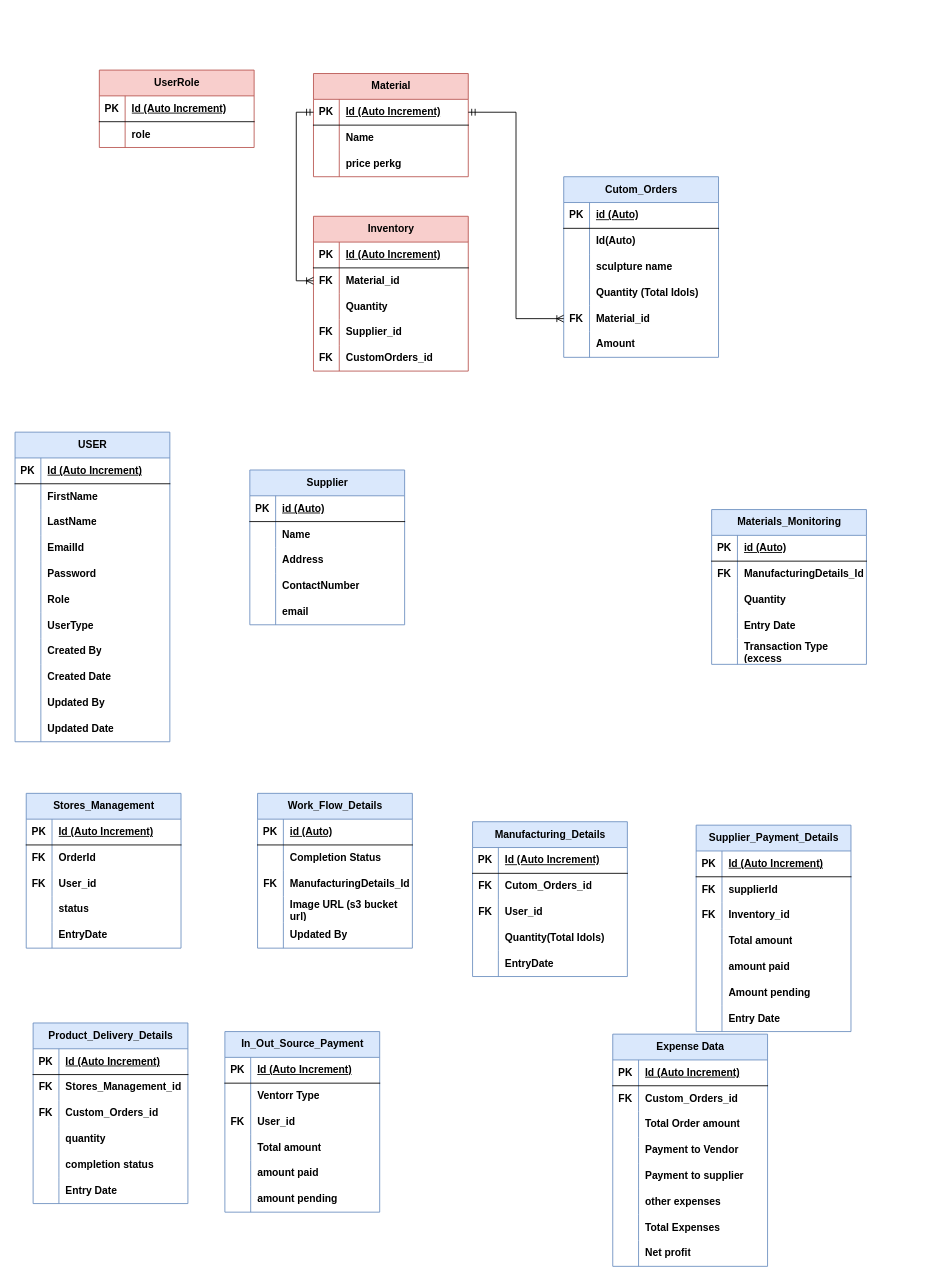
Before: ER.drawio in praka07/trip-bis-aws, a draw.io diagram. Source tidied: cells renumbered, new cells numbered last; positions are measured from the earlier drawing's top-left corner, leaving out a move shared by most shapes. Both pictures are drawn from the tidied source at 86%, with x=0, y=0 at pixel (15, 70).
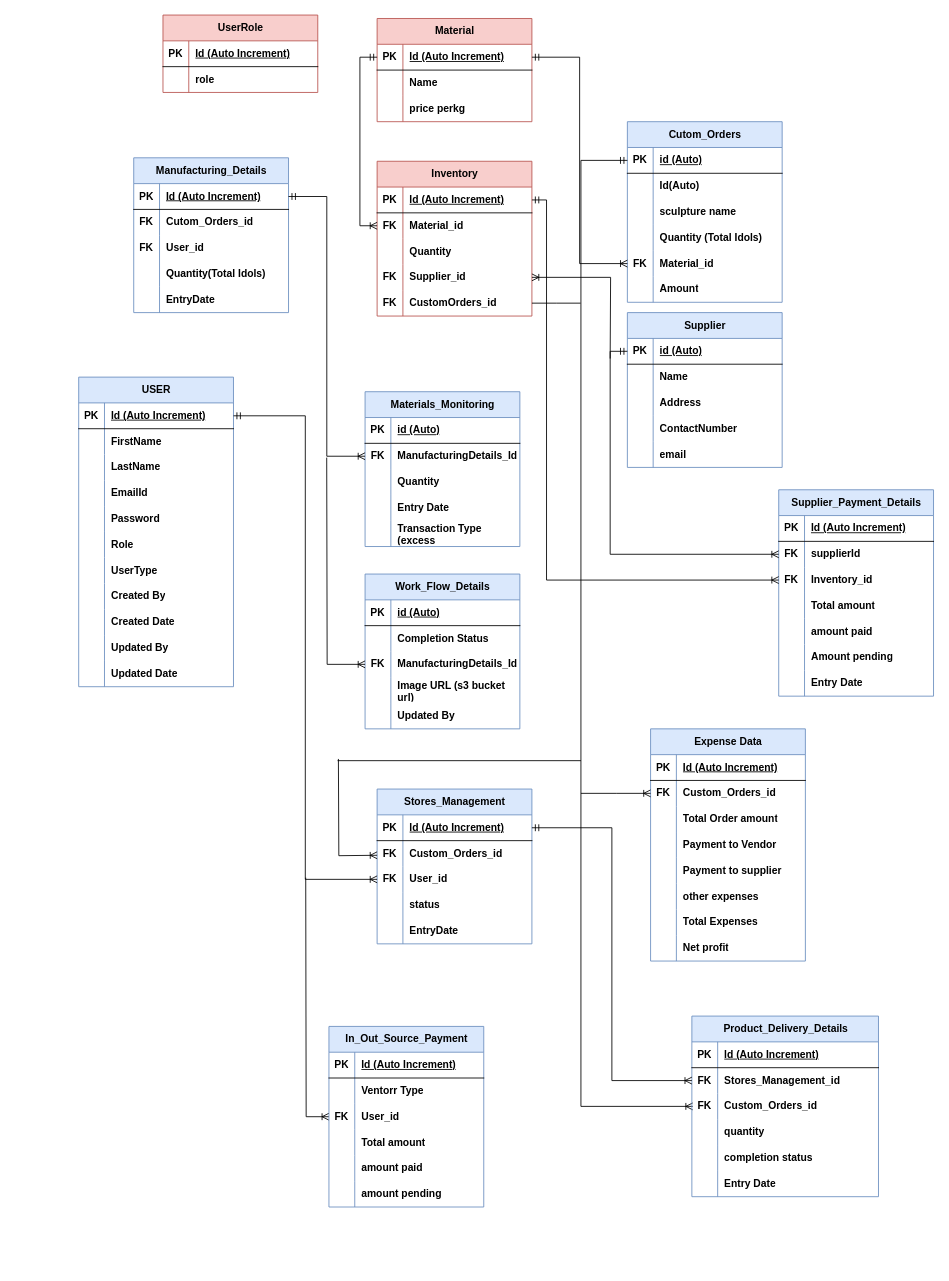
After the change.

Unchanged cells that the change refers to:
```xml
<mxCell id="3" style="shape=tableRow;horizontal=0;startSize=0;swimlaneHead=0;swimlaneBody=0;fillColor=none;points=[[0,0.5],[1,0.5]];portConstraint=eastwest;top=0;left=0;right=0;bottom=1;fontStyle=1;" parent="2" vertex="1">
  <mxGeometry y="30" width="180" height="30" as="geometry" />
</mxCell>
<mxCell id="54" style="shape=tableRow;horizontal=0;startSize=0;swimlaneHead=0;swimlaneBody=0;fillColor=none;points=[[0,0.5],[1,0.5]];portConstraint=eastwest;top=0;left=0;right=0;bottom=1;fontStyle=1;" parent="53" vertex="1">
  <mxGeometry y="30" width="180" height="30" as="geometry" />
</mxCell>
<mxCell id="70" style="shape=tableRow;horizontal=0;startSize=0;swimlaneHead=0;swimlaneBody=0;fillColor=none;points=[[0,0.5],[1,0.5]];portConstraint=eastwest;top=0;left=0;right=0;bottom=1;fontStyle=1;" parent="69" vertex="1">
  <mxGeometry y="30" width="180" height="30" as="geometry" />
</mxCell>
<mxCell id="79" style="shape=tableRow;horizontal=0;startSize=0;swimlaneHead=0;swimlaneBody=0;fillColor=none;points=[[0,0.5],[1,0.5]];portConstraint=eastwest;top=0;left=0;right=0;bottom=0;fontStyle=1;" parent="69" vertex="1">
  <mxGeometry y="120" width="180" height="30" as="geometry" />
</mxCell>
<mxCell id="82" style="shape=tableRow;horizontal=0;startSize=0;swimlaneHead=0;swimlaneBody=0;fillColor=none;points=[[0,0.5],[1,0.5]];portConstraint=eastwest;top=0;left=0;right=0;bottom=0;fontStyle=1;" parent="69" vertex="1">
  <mxGeometry y="150" width="180" height="30" as="geometry" />
</mxCell>
<mxCell id="86" style="shape=tableRow;horizontal=0;startSize=0;swimlaneHead=0;swimlaneBody=0;fillColor=none;points=[[0,0.5],[1,0.5]];portConstraint=eastwest;top=0;left=0;right=0;bottom=1;fontStyle=1;" parent="85" vertex="1">
  <mxGeometry y="30" width="180" height="30" as="geometry" />
</mxCell>
<mxCell id="105" style="shape=tableRow;horizontal=0;startSize=0;swimlaneHead=0;swimlaneBody=0;fillColor=none;points=[[0,0.5],[1,0.5]];portConstraint=eastwest;top=0;left=0;right=0;bottom=1;fontStyle=1;" parent="104" vertex="1">
  <mxGeometry y="30" width="180" height="30" as="geometry" />
</mxCell>
<mxCell id="127" style="shape=tableRow;horizontal=0;startSize=0;swimlaneHead=0;swimlaneBody=0;fillColor=none;points=[[0,0.5],[1,0.5]];portConstraint=eastwest;top=0;left=0;right=0;bottom=0;fontStyle=1;" parent="120" vertex="1">
  <mxGeometry y="90" width="180" height="30" as="geometry" />
</mxCell>
<mxCell id="140" style="shape=tableRow;horizontal=0;startSize=0;swimlaneHead=0;swimlaneBody=0;fillColor=none;points=[[0,0.5],[1,0.5]];portConstraint=eastwest;top=0;left=0;right=0;bottom=0;fontStyle=1;" parent="136" vertex="1">
  <mxGeometry y="60" width="180" height="30" as="geometry" />
</mxCell>
<mxCell id="153" style="shape=tableRow;horizontal=0;startSize=0;swimlaneHead=0;swimlaneBody=0;fillColor=none;points=[[0,0.5],[1,0.5]];portConstraint=eastwest;top=0;left=0;right=0;bottom=1;fontStyle=1;" parent="152" vertex="1">
  <mxGeometry y="30" width="180" height="30" as="geometry" />
</mxCell>
<mxCell id="156" style="shape=tableRow;horizontal=0;startSize=0;swimlaneHead=0;swimlaneBody=0;fillColor=none;top=0;left=0;right=0;bottom=0;fontStyle=1;" parent="152" vertex="1">
  <mxGeometry y="60" width="180" height="30" as="geometry" />
</mxCell>
<mxCell id="159" style="shape=tableRow;horizontal=0;startSize=0;swimlaneHead=0;swimlaneBody=0;fillColor=none;points=[[0,0.5],[1,0.5]];portConstraint=eastwest;top=0;left=0;right=0;bottom=0;fontStyle=1;" parent="152" vertex="1">
  <mxGeometry y="90" width="180" height="30" as="geometry" />
</mxCell>
<mxCell id="191" style="shape=tableRow;horizontal=0;startSize=0;swimlaneHead=0;swimlaneBody=0;fillColor=none;points=[[0,0.5],[1,0.5]];portConstraint=eastwest;top=0;left=0;right=0;bottom=0;fontStyle=1;" parent="187" vertex="1">
  <mxGeometry y="60" width="180" height="30" as="geometry" />
</mxCell>
<mxCell id="194" style="shape=tableRow;horizontal=0;startSize=0;swimlaneHead=0;swimlaneBody=0;fillColor=none;points=[[0,0.5],[1,0.5]];portConstraint=eastwest;top=0;left=0;right=0;bottom=0;fontStyle=1;" parent="187" vertex="1">
  <mxGeometry y="90" width="180" height="30" as="geometry" />
</mxCell>
<mxCell id="232" style="shape=tableRow;horizontal=0;startSize=0;swimlaneHead=0;swimlaneBody=0;fillColor=none;points=[[0,0.5],[1,0.5]];portConstraint=eastwest;top=0;left=0;right=0;bottom=0;fontStyle=1;" parent="228" vertex="1">
  <mxGeometry y="60" width="180" height="30" as="geometry" />
</mxCell>
```

The edit, as a diff of the source:
```diff
@@
     <mxCell id="2" value="USER" style="shape=table;startSize=30;childLayout=tableLayout;rowLines=0;fontStyle=1;align=center;html=1;fillColor=#dae8fc;strokeColor=#6c8ebf;" parent="1" vertex="1">
-      <mxGeometry y="421" width="180" height="360" as="geometry" />
+      <mxGeometry x="74" y="357" width="180" height="360" as="geometry" />
     </mxCell>
@@
     <mxCell id="36" value="UserRole" style="shape=table;startSize=30;childLayout=tableLayout;rowLines=0;fontStyle=1;align=center;html=1;fillColor=#f8cecc;strokeColor=#b85450;" parent="1" vertex="1">
-      <mxGeometry x="98" width="180" height="90" as="geometry" />
+      <mxGeometry x="172" y="-64" width="180" height="90" as="geometry" />
     </mxCell>
@@
     <mxCell id="43" value="Material" style="shape=table;startSize=30;childLayout=tableLayout;rowLines=0;fontStyle=1;align=center;html=1;fillColor=#f8cecc;strokeColor=#b85450;" parent="1" vertex="1">
-      <mxGeometry x="347" y="4" width="180" height="120" as="geometry" />
+      <mxGeometry x="421" y="-60" width="180" height="120" as="geometry" />
     </mxCell>
@@
     <mxCell id="53" value="Supplier" style="shape=table;startSize=30;childLayout=tableLayout;rowLines=0;fontStyle=1;align=center;html=1;fillColor=#dae8fc;strokeColor=#6c8ebf;" parent="1" vertex="1">
-      <mxGeometry x="273" y="465" width="180" height="180" as="geometry" />
+      <mxGeometry x="712" y="282" width="180" height="180" as="geometry" />
     </mxCell>
@@
     <mxCell id="69" value="Inventory" style="shape=table;startSize=30;childLayout=tableLayout;rowLines=0;fontStyle=1;align=center;html=1;fillColor=#f8cecc;strokeColor=#b85450;" parent="1" vertex="1">
-      <mxGeometry x="347" y="170" width="180" height="180" as="geometry" />
+      <mxGeometry x="421" y="106" width="180" height="180" as="geometry" />
     </mxCell>
@@
     <mxCell id="85" value="Cutom_Orders" style="shape=table;startSize=30;childLayout=tableLayout;rowLines=0;fontStyle=1;align=center;html=1;fillColor=#dae8fc;strokeColor=#6c8ebf;" parent="1" vertex="1">
-      <mxGeometry x="638" y="124" width="180" height="210" as="geometry" />
+      <mxGeometry x="712" y="60" width="180" height="210" as="geometry" />
     </mxCell>
@@
     <mxCell id="104" value="Manufacturing_Details" style="shape=table;startSize=30;childLayout=tableLayout;rowLines=0;fontStyle=1;align=center;html=1;fillColor=#dae8fc;strokeColor=#6c8ebf;" parent="1" vertex="1">
-      <mxGeometry x="532" y="874" width="180" height="180" as="geometry" />
+      <mxGeometry x="138" y="102" width="180" height="180" as="geometry" />
     </mxCell>
@@
     <mxCell id="120" value="Work_Flow_Details" style="shape=table;startSize=30;childLayout=tableLayout;rowLines=0;fontStyle=1;align=center;html=1;fillColor=#dae8fc;strokeColor=#6c8ebf;" parent="1" vertex="1">
-      <mxGeometry x="282" y="841" width="180" height="180" as="geometry" />
+      <mxGeometry x="407" y="586" width="180" height="180" as="geometry" />
     </mxCell>
@@
     <mxCell id="136" value="Materials_Monitoring" style="shape=table;startSize=30;childLayout=tableLayout;rowLines=0;fontStyle=1;align=center;html=1;fillColor=#dae8fc;strokeColor=#6c8ebf;" parent="1" vertex="1">
-      <mxGeometry x="810" y="511" width="180" height="180" as="geometry" />
+      <mxGeometry x="407" y="374" width="180" height="180" as="geometry" />
     </mxCell>
@@
     <mxCell id="152" value="Stores_Management" style="shape=table;startSize=30;childLayout=tableLayout;rowLines=0;fontStyle=1;align=center;html=1;fillColor=#dae8fc;strokeColor=#6c8ebf;" parent="1" vertex="1">
-      <mxGeometry x="13" y="841" width="180" height="180" as="geometry" />
+      <mxGeometry x="421" y="836" width="180" height="180" as="geometry" />
     </mxCell>
@@
-    <mxCell id="158" value="OrderId" style="shape=partialRectangle;fillColor=none;top=0;left=0;bottom=0;right=0;align=left;spacingLeft=6;overflow=hidden;whiteSpace=wrap;html=1;fontStyle=1;" parent="156" vertex="1">
+    <mxCell id="158" value="Custom_Orders_id" style="shape=partialRectangle;fillColor=none;top=0;left=0;bottom=0;right=0;align=left;spacingLeft=6;overflow=hidden;whiteSpace=wrap;html=1;fontStyle=1;" parent="156" vertex="1">
       <mxGeometry x="30" width="150" height="30" as="geometry" />
     </mxCell>
@@
+    <mxCell id="255" style="edgeStyle=orthogonalEdgeStyle;rounded=0;jettySize=auto;html=1;endArrow=ERmandOne;endFill=0;startArrow=ERoneToMany;startFill=0;entryX=0;entryY=0.5;entryDx=0;entryDy=0;" parent="1" edge="1" target="86">
+      <mxGeometry relative="1" as="geometry">
+        <mxPoint x="788" y="1205" as="sourcePoint" />
+        <Array as="points">
+          <mxPoint x="658" y="1205" />
+          <mxPoint x="658" y="105" />
+        </Array>
+      </mxGeometry>
+    </mxCell>
     <mxCell id="168" value="Product_Delivery_Details" style="shape=table;startSize=30;childLayout=tableLayout;rowLines=0;fontStyle=1;align=center;html=1;fillColor=#dae8fc;strokeColor=#6c8ebf;" parent="1" vertex="1">
-      <mxGeometry x="21" y="1108" width="180" height="210" as="geometry" />
+      <mxGeometry x="787" y="1100" width="217" height="210" as="geometry" />
     </mxCell>
     <mxCell id="169" style="shape=tableRow;horizontal=0;startSize=0;swimlaneHead=0;swimlaneBody=0;fillColor=none;top=0;left=0;right=0;bottom=1;fontStyle=1;" parent="168" vertex="1">
-      <mxGeometry y="30" width="180" height="30" as="geometry" />
+      <mxGeometry y="30" width="217" height="30" as="geometry" />
     </mxCell>
@@
     <mxCell id="171" value="Id (Auto Increment)" style="shape=partialRectangle;fillColor=none;top=0;left=0;bottom=0;right=0;align=left;spacingLeft=6;fontStyle=5;overflow=hidden;whiteSpace=wrap;html=1;" parent="169" vertex="1">
-      <mxGeometry x="30" width="150" height="30" as="geometry" />
+      <mxGeometry x="30" width="187" height="30" as="geometry" />
     </mxCell>
     <mxCell id="172" style="shape=tableRow;horizontal=0;startSize=0;swimlaneHead=0;swimlaneBody=0;fillColor=none;points=[[0,0.5],[1,0.5]];portConstraint=eastwest;top=0;left=0;right=0;bottom=0;fontStyle=1;" parent="168" vertex="1">
-      <mxGeometry y="60" width="180" height="30" as="geometry" />
+      <mxGeometry y="60" width="217" height="30" as="geometry" />
     </mxCell>
@@
     <mxCell id="174" value="Stores_Management_id" style="shape=partialRectangle;fillColor=none;top=0;left=0;bottom=0;right=0;align=left;spacingLeft=6;overflow=hidden;whiteSpace=wrap;html=1;fontStyle=1;" parent="172" vertex="1">
-      <mxGeometry x="30" width="150" height="30" as="geometry" />
+      <mxGeometry x="30" width="187" height="30" as="geometry" />
     </mxCell>
     <mxCell id="175" style="shape=tableRow;horizontal=0;startSize=0;swimlaneHead=0;swimlaneBody=0;fillColor=none;top=0;left=0;right=0;bottom=0;fontStyle=1;" parent="168" vertex="1">
-      <mxGeometry y="90" width="180" height="30" as="geometry" />
+      <mxGeometry y="90" width="217" height="30" as="geometry" />
     </mxCell>
@@
     <mxCell id="177" value="Custom_Orders_id" style="shape=partialRectangle;fillColor=none;top=0;left=0;bottom=0;right=0;align=left;spacingLeft=6;overflow=hidden;whiteSpace=wrap;html=1;fontStyle=1;" parent="175" vertex="1">
-      <mxGeometry x="30" width="150" height="30" as="geometry" />
+      <mxGeometry x="30" width="187" height="30" as="geometry" />
     </mxCell>
     <mxCell id="178" style="shape=tableRow;horizontal=0;startSize=0;swimlaneHead=0;swimlaneBody=0;fillColor=none;top=0;left=0;right=0;bottom=0;fontStyle=1;" parent="168" vertex="1">
-      <mxGeometry y="120" width="180" height="30" as="geometry" />
+      <mxGeometry y="120" width="217" height="30" as="geometry" />
     </mxCell>
@@
     <mxCell id="180" value="quantity" style="shape=partialRectangle;fillColor=none;top=0;left=0;bottom=0;right=0;align=left;spacingLeft=6;overflow=hidden;whiteSpace=wrap;html=1;fontStyle=1;" parent="178" vertex="1">
-      <mxGeometry x="30" width="150" height="30" as="geometry" />
+      <mxGeometry x="30" width="187" height="30" as="geometry" />
     </mxCell>
     <mxCell id="181" style="shape=tableRow;horizontal=0;startSize=0;swimlaneHead=0;swimlaneBody=0;fillColor=none;top=0;left=0;right=0;bottom=0;fontStyle=1;" parent="168" vertex="1">
-      <mxGeometry y="150" width="180" height="30" as="geometry" />
+      <mxGeometry y="150" width="217" height="30" as="geometry" />
     </mxCell>
@@
     <mxCell id="183" value="completion status" style="shape=partialRectangle;fillColor=none;top=0;left=0;bottom=0;right=0;align=left;spacingLeft=6;overflow=hidden;whiteSpace=wrap;html=1;fontStyle=1;" parent="181" vertex="1">
-      <mxGeometry x="30" width="150" height="30" as="geometry" />
+      <mxGeometry x="30" width="187" height="30" as="geometry" />
     </mxCell>
     <mxCell id="184" style="shape=tableRow;horizontal=0;startSize=0;swimlaneHead=0;swimlaneBody=0;fillColor=none;top=0;left=0;right=0;bottom=0;fontStyle=1;" parent="168" vertex="1">
-      <mxGeometry y="180" width="180" height="30" as="geometry" />
+      <mxGeometry y="180" width="217" height="30" as="geometry" />
     </mxCell>
@@
     <mxCell id="186" value="Entry Date" style="shape=partialRectangle;fillColor=none;top=0;left=0;bottom=0;right=0;align=left;spacingLeft=6;overflow=hidden;whiteSpace=wrap;html=1;fontStyle=1;" parent="184" vertex="1">
-      <mxGeometry x="30" width="150" height="30" as="geometry" />
+      <mxGeometry x="30" width="187" height="30" as="geometry" />
     </mxCell>
     <mxCell id="187" value="Supplier_Payment_Details" style="shape=table;startSize=30;childLayout=tableLayout;rowLines=0;fontStyle=1;align=center;html=1;fillColor=#dae8fc;strokeColor=#6c8ebf;" parent="1" vertex="1">
-      <mxGeometry x="792" y="878" width="180" height="240" as="geometry" />
+      <mxGeometry x="888" y="488" width="180" height="240" as="geometry" />
     </mxCell>
@@
+    <mxCell id="256" style="edgeStyle=orthogonalEdgeStyle;rounded=0;jettySize=auto;html=1;endArrow=none;endFill=0;startArrow=ERoneToMany;startFill=0;" parent="1" edge="1" source="209">
+      <mxGeometry relative="1" as="geometry">
+        <mxPoint x="338" y="939" as="targetPoint" />
+      </mxGeometry>
+    </mxCell>
     <mxCell id="209" value="In_Out_Source_Payment" style="shape=table;startSize=30;childLayout=tableLayout;rowLines=0;fontStyle=1;align=center;html=1;fillColor=#dae8fc;strokeColor=#6c8ebf;" parent="1" vertex="1">
-      <mxGeometry x="244" y="1118" width="180" height="210" as="geometry" />
+      <mxGeometry x="365" y="1112" width="180" height="210" as="geometry" />
     </mxCell>
@@
     <mxCell id="228" value="Expense Data" style="shape=table;startSize=30;childLayout=tableLayout;rowLines=0;fontStyle=1;align=center;html=1;fillColor=#dae8fc;strokeColor=#6c8ebf;" parent="1" vertex="1">
-      <mxGeometry x="695" y="1121" width="180" height="270" as="geometry" />
+      <mxGeometry x="739" y="766" width="180" height="270" as="geometry" />
     </mxCell>
@@
+    <mxCell id="257" style="edgeStyle=orthogonalEdgeStyle;rounded=0;jettySize=auto;html=1;entryX=1;entryY=0.5;entryDx=0;entryDy=0;endArrow=ERmandOne;endFill=0;startArrow=ERoneToMany;startFill=0;" parent="1" edge="1" source="140" target="105">
+      <mxGeometry relative="1" as="geometry" />
+    </mxCell>
+    <mxCell id="258" style="edgeStyle=orthogonalEdgeStyle;rounded=0;jettySize=auto;html=1;exitX=0;exitY=0.5;exitDx=0;exitDy=0;endArrow=none;endFill=0;startArrow=ERoneToMany;startFill=0;" parent="1" edge="1" source="127">
+      <mxGeometry relative="1" as="geometry">
+        <mxPoint x="362.4" y="450.6" as="targetPoint" />
+      </mxGeometry>
+    </mxCell>
+    <mxCell id="259" style="edgeStyle=orthogonalEdgeStyle;rounded=0;jettySize=auto;html=1;entryX=1;entryY=0.5;entryDx=0;entryDy=0;endArrow=ERmandOne;endFill=0;startArrow=ERoneToMany;startFill=0;" parent="1" edge="1" source="159" target="3">
+      <mxGeometry relative="1" as="geometry" />
+    </mxCell>
+    <mxCell id="260" style="edgeStyle=orthogonalEdgeStyle;rounded=0;jettySize=auto;html=1;endArrow=none;endFill=0;startArrow=ERoneToMany;startFill=0;" parent="1" edge="1" source="232">
+      <mxGeometry relative="1" as="geometry">
+        <mxPoint x="658" y="841" as="targetPoint" />
+      </mxGeometry>
+    </mxCell>
+    <mxCell id="261" style="edgeStyle=orthogonalEdgeStyle;rounded=0;jettySize=auto;html=1;entryX=1;entryY=0.5;entryDx=0;entryDy=0;endArrow=ERmandOne;endFill=0;startArrow=ERoneToMany;startFill=0;" parent="1" edge="1" source="172" target="153">
+      <mxGeometry relative="1" as="geometry" />
+    </mxCell>
+    <mxCell id="262" style="edgeStyle=orthogonalEdgeStyle;rounded=0;orthogonalLoop=1;jettySize=auto;html=1;endArrow=none;endFill=0;startArrow=ERoneToMany;startFill=0;" parent="1" edge="1">
+      <mxGeometry relative="1" as="geometry">
+        <mxPoint x="421" y="913" as="sourcePoint" />
+        <mxPoint x="376" y="801" as="targetPoint" />
+      </mxGeometry>
+    </mxCell>
+    <mxCell id="263" style="endArrow=none;html=1;rounded=0;" parent="1" edge="1">
+      <mxGeometry relative="1" as="geometry">
+        <mxPoint x="375" y="803" as="sourcePoint" />
+        <mxPoint x="658" y="803" as="targetPoint" />
+      </mxGeometry>
+    </mxCell>
+    <mxCell id="264" style="edgeStyle=orthogonalEdgeStyle;rounded=0;jettySize=auto;html=1;entryX=1;entryY=0.5;entryDx=0;entryDy=0;endArrow=ERmandOne;endFill=0;startArrow=ERoneToMany;startFill=0;" parent="1" edge="1" source="194" target="70">
+      <mxGeometry relative="1" as="geometry">
+        <Array as="points">
+          <mxPoint x="618" y="593" />
+          <mxPoint x="618" y="151" />
+        </Array>
+      </mxGeometry>
+    </mxCell>
+    <mxCell id="265" style="edgeStyle=orthogonalEdgeStyle;rounded=0;jettySize=auto;html=1;entryX=0;entryY=0.5;entryDx=0;entryDy=0;endArrow=ERmandOne;endFill=0;startArrow=ERoneToMany;startFill=0;" parent="1" edge="1" source="191" target="54">
+      <mxGeometry relative="1" as="geometry" />
+    </mxCell>
+    <mxCell id="266" style="edgeStyle=orthogonalEdgeStyle;rounded=0;jettySize=auto;html=1;endArrow=none;endFill=0;startArrow=ERoneToMany;startFill=0;" parent="1" edge="1" source="79">
+      <mxGeometry relative="1" as="geometry">
+        <mxPoint x="692" y="335.4" as="targetPoint" />
+      </mxGeometry>
+    </mxCell>
+    <mxCell id="267" style="edgeStyle=orthogonalEdgeStyle;rounded=0;jettySize=auto;html=1;endArrow=none;endFill=0;" parent="1" edge="1" source="82">
+      <mxGeometry relative="1" as="geometry">
+        <mxPoint x="657.6" y="271" as="targetPoint" />
+      </mxGeometry>
+    </mxCell>
```
